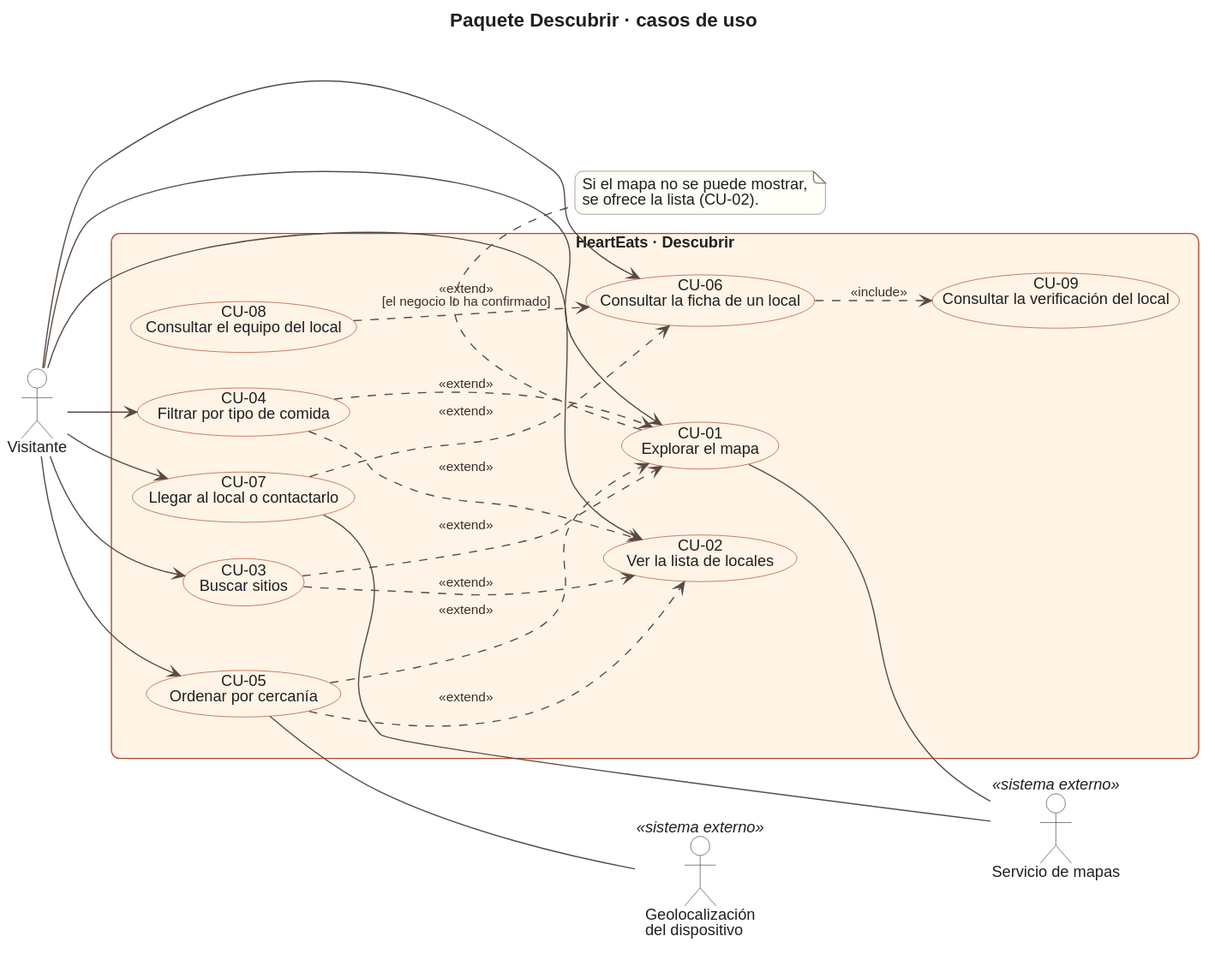
Earlier version of the PlantUML export docs/modelado/01-descubrir.svg (marlonbdez/heart-eats).
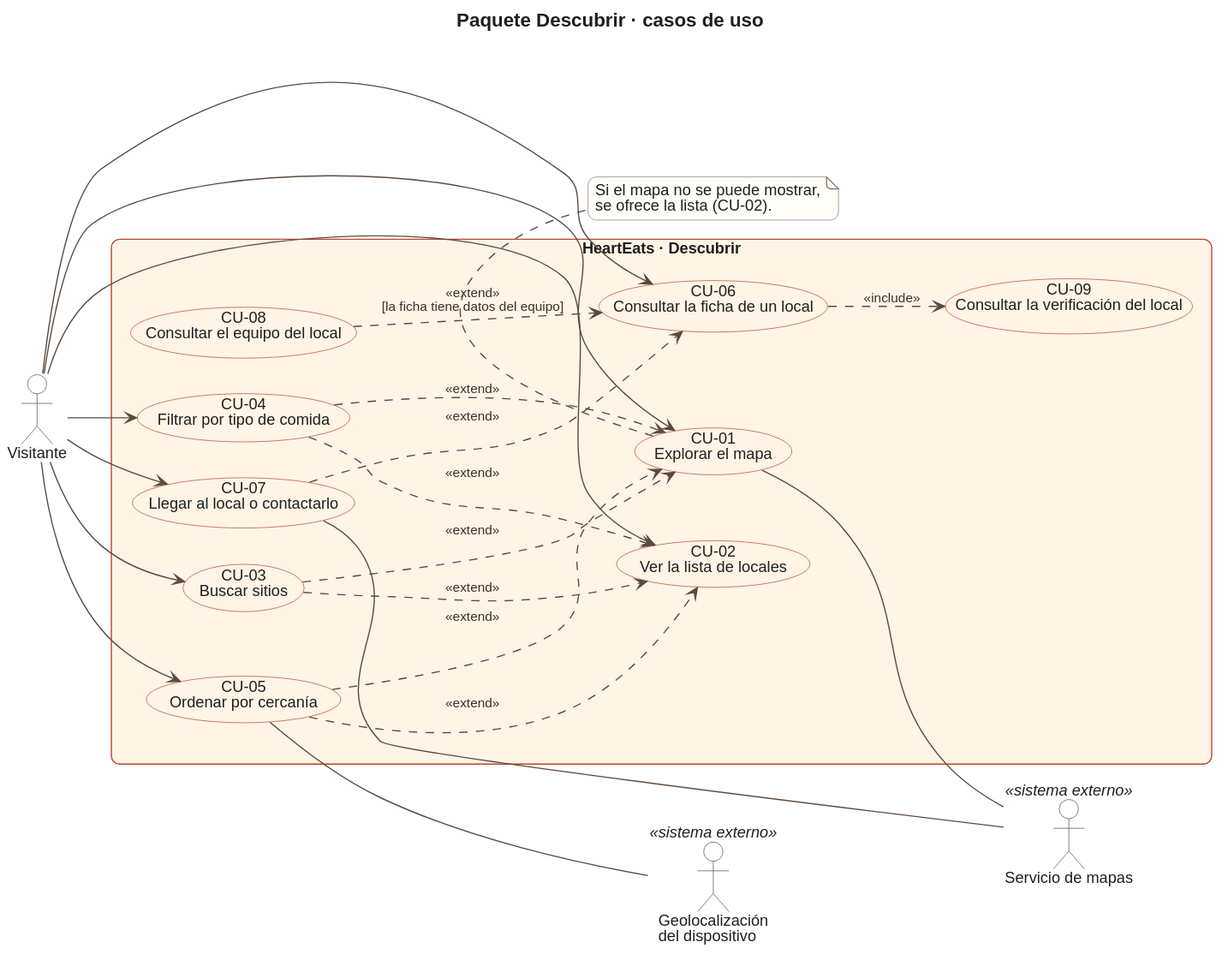
The same diagram one commit later.

Commit message:
docs: fichas de casos de uso de Descubrir e Información

Change to the diagram source:
```diff
@@ -34,7 +34,7 @@
 CU05 ..> CU01 : <<extend>>
 CU05 ..> CU02 : <<extend>>
 CU07 ..> CU06 : <<extend>>
-CU08 ..> CU06 : <<extend>>\n[el negocio lo ha confirmado]
+CU08 ..> CU06 : <<extend>>\n[la ficha tiene datos del equipo]
 CU06 ..> CU09 : <<include>>
 
 CU01 -- MAP
```
